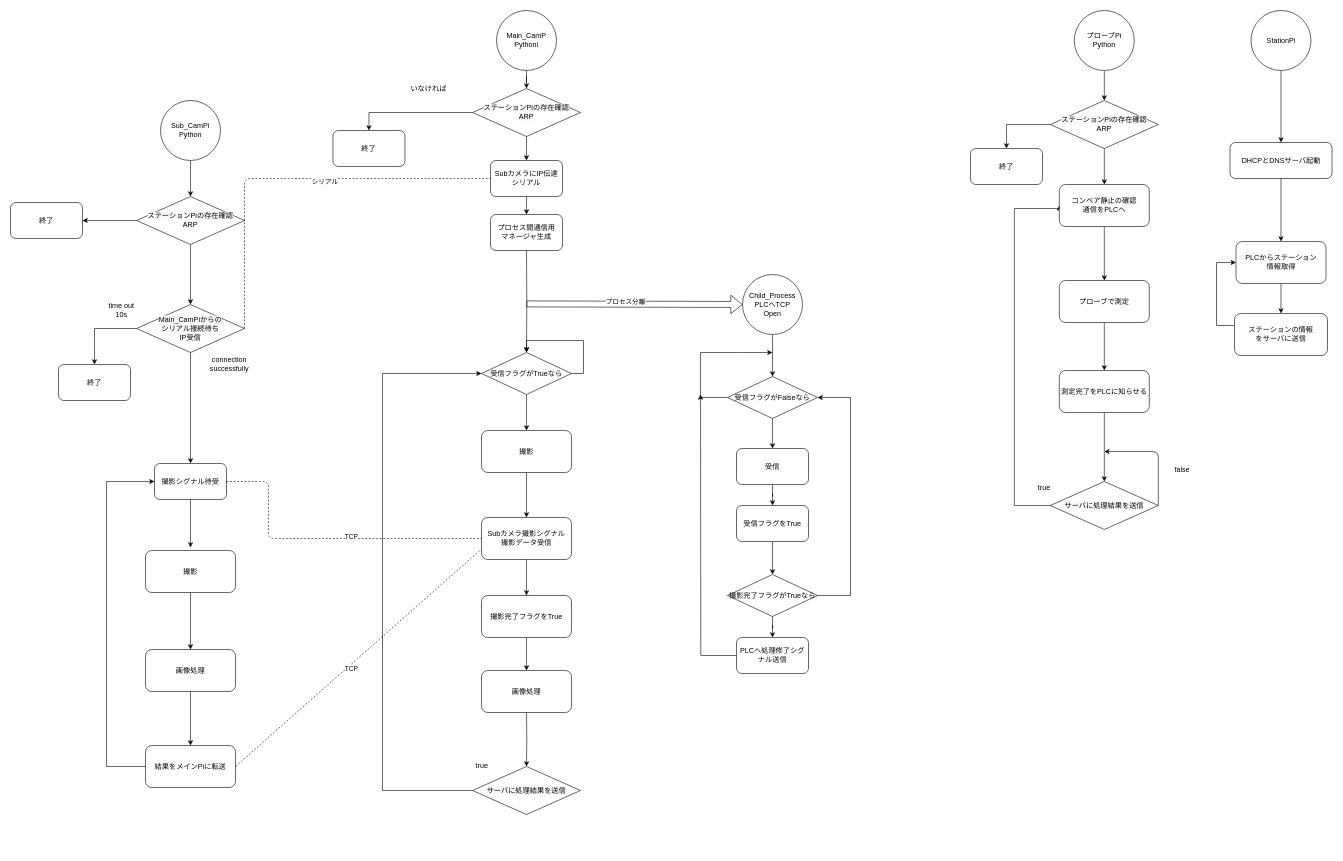
The draw.io diagram 設計/フローチャート.drawio in chekke1999/kaihatukadai, before the edit. Source tidied: cells renumbered, new cells numbered last; positions are measured from the earlier drawing's top-left corner, leaving out a move shared by most shapes. Both pictures are drawn from the tidied source at 60%, with x=0, y=0 at pixel (10, 10).
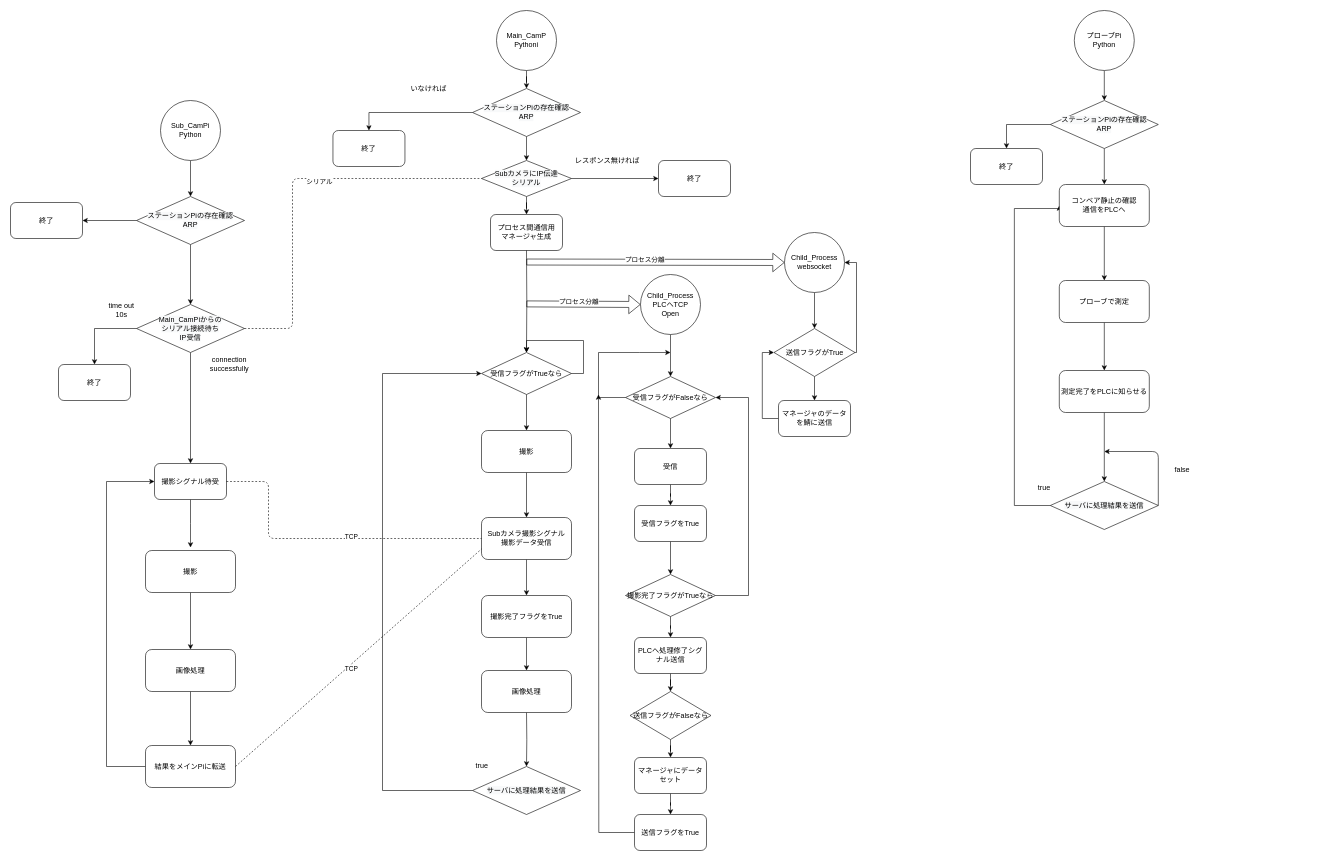
Above is the later version.

Commit message (it also covers changes not shown here):
フローチャート.drawio を更新します

The change refers to these unchanged cells:
```xml
<mxCell id="40" value="&lt;span style=&quot;color: rgb(0 , 0 , 0) ; font-family: &amp;#34;helvetica&amp;#34; ; font-size: 12px ; font-style: normal ; font-weight: 400 ; letter-spacing: normal ; text-align: center ; text-indent: 0px ; text-transform: none ; word-spacing: 0px ; background-color: rgb(248 , 249 , 250) ; display: inline ; float: none&quot;&gt;ステーションPiの存在確認&lt;br&gt;ARP&lt;br&gt;&lt;/span&gt;" style="rhombus;whiteSpace=wrap;html=1;" parent="1" vertex="1">
  <mxGeometry x="770" y="130" width="180" height="80" as="geometry" />
</mxCell>
<mxCell id="46" value="&lt;span style=&quot;color: rgb(0 , 0 , 0) ; font-family: &amp;#34;helvetica&amp;#34; ; font-size: 12px ; font-style: normal ; font-weight: 400 ; letter-spacing: normal ; text-align: center ; text-indent: 0px ; text-transform: none ; word-spacing: 0px ; background-color: rgb(248 , 249 , 250) ; display: inline ; float: none&quot;&gt;&lt;span style=&quot;font-family: &amp;#34;helvetica&amp;#34;&quot;&gt;Main_CamPi&lt;/span&gt;からの&lt;br&gt;シリアル接続待ち&lt;br&gt;IP受信&lt;br&gt;&lt;/span&gt;" style="rhombus;whiteSpace=wrap;html=1;" parent="1" vertex="1">
  <mxGeometry x="210" y="490" width="180" height="80" as="geometry" />
</mxCell>
<mxCell id="81" value="プロセス間通信用&lt;br&gt;マネージャ生成" style="rounded=1;whiteSpace=wrap;html=1;" parent="1" vertex="1">
  <mxGeometry x="800" y="340" width="120" height="60" as="geometry" />
</mxCell>
```

What changed in the source:
```diff
@@
     <mxCell id="25" value="Child_Process&lt;br&gt;PLCへTCP&lt;br&gt;Open" style="ellipse;whiteSpace=wrap;html=1;" parent="1" vertex="1">
-      <mxGeometry x="1220" y="440" width="100" height="100" as="geometry" />
+      <mxGeometry x="1050" y="440" width="100" height="100" as="geometry" />
     </mxCell>
@@
     <mxCell id="27" value="受信フラグをTrue" style="rounded=1;whiteSpace=wrap;html=1;" parent="1" vertex="1">
-      <mxGeometry x="1210" y="825" width="120" height="60" as="geometry" />
+      <mxGeometry x="1040" y="825" width="120" height="60" as="geometry" />
     </mxCell>
@@
     <mxCell id="31" value="受信" style="rounded=1;whiteSpace=wrap;html=1;" parent="1" vertex="1">
-      <mxGeometry x="1210" y="730" width="120" height="60" as="geometry" />
+      <mxGeometry x="1040" y="730" width="120" height="60" as="geometry" />
     </mxCell>
@@
-    <mxCell id="34" style="edgeStyle=orthogonalEdgeStyle;rounded=0;jettySize=auto;html=1;" parent="1" edge="1" source="35" target="37">
-      <mxGeometry relative="1" as="geometry" />
-    </mxCell>
-    <mxCell id="35" value="PLCからステーション&lt;br&gt;情報取得" style="rounded=1;whiteSpace=wrap;html=1;" parent="1" vertex="1">
-      <mxGeometry x="2042.5" y="385" width="150" height="70" as="geometry" />
-    </mxCell>
-    <mxCell id="36" style="edgeStyle=orthogonalEdgeStyle;rounded=0;jettySize=auto;html=1;entryX=0;entryY=0.5;entryDx=0;entryDy=0;" parent="1" edge="1" source="37" target="35">
-      <mxGeometry relative="1" as="geometry">
-        <Array as="points">
-          <mxPoint x="2010" y="525" />
-          <mxPoint x="2010" y="420" />
-        </Array>
-      </mxGeometry>
-    </mxCell>
-    <mxCell id="37" value="ステーションの情報&lt;br&gt;をサーバに送信" style="rounded=1;whiteSpace=wrap;html=1;" parent="1" vertex="1">
-      <mxGeometry x="2040" y="505" width="155" height="70" as="geometry" />
-    </mxCell>
@@
-    <mxCell id="39" style="edgeStyle=orthogonalEdgeStyle;rounded=0;jettySize=auto;html=1;entryX=0.5;entryY=0;entryDx=0;entryDy=0;" parent="1" edge="1" source="40" target="74">
+    <mxCell id="39" style="edgeStyle=orthogonalEdgeStyle;rounded=0;jettySize=auto;html=1;" parent="1" edge="1" source="40" target="74">
       <mxGeometry relative="1" as="geometry" />
     </mxCell>
@@
-    <mxCell id="70" style="edgeStyle=orthogonalEdgeStyle;rounded=0;jettySize=auto;html=1;" parent="1" edge="1" source="71" target="73">
-      <mxGeometry relative="1" as="geometry" />
-    </mxCell>
-    <mxCell id="71" value="StationPi" style="ellipse;whiteSpace=wrap;html=1;" parent="1" vertex="1">
-      <mxGeometry x="2067.5" width="100" height="100" as="geometry" />
-    </mxCell>
-    <mxCell id="72" style="edgeStyle=orthogonalEdgeStyle;rounded=0;jettySize=auto;html=1;" parent="1" edge="1" source="73" target="35">
-      <mxGeometry relative="1" as="geometry" />
-    </mxCell>
-    <mxCell id="73" value="DHCPとDNSサーバ起動" style="rounded=1;whiteSpace=wrap;html=1;" parent="1" vertex="1">
-      <mxGeometry x="2032.5" y="220" width="170" height="60" as="geometry" />
-    </mxCell>
-    <mxCell id="74" value="SubカメラにIP伝達&lt;br&gt;シリアル" style="rounded=1;whiteSpace=wrap;html=1;" parent="1" vertex="1">
-      <mxGeometry x="800" y="250" width="120" height="60" as="geometry" />
-    </mxCell>
     <mxCell id="75" style="endArrow=none;dashed=1;html=1;exitX=1;exitY=0.5;exitDx=0;exitDy=0;entryX=0;entryY=0.5;entryDx=0;entryDy=0;" parent="1" edge="1" source="46" target="74">
       <mxGeometry relative="1" as="geometry">
         <Array as="points">
-          <mxPoint x="390" y="280" />
+          <mxPoint x="470" y="530" />
+          <mxPoint x="470" y="280" />
         </Array>
       </mxGeometry>
     </mxCell>
@@
-    <mxCell id="82" style="edgeStyle=orthogonalEdgeStyle;rounded=0;jettySize=auto;html=1;entryX=0.5;entryY=0;entryDx=0;entryDy=0;exitX=0.5;exitY=1;exitDx=0;exitDy=0;" parent="1" edge="1" source="74" target="81">
-      <mxGeometry relative="1" as="geometry" />
-    </mxCell>
@@
     <mxCell id="85" style="edgeStyle=orthogonalEdgeStyle;rounded=0;jettySize=auto;html=1;" parent="1" edge="1" source="86">
       <mxGeometry relative="1" as="geometry">
-        <mxPoint x="1270" y="570" as="targetPoint" />
+        <mxPoint x="1100" y="570" as="targetPoint" />
         <Array as="points">
-          <mxPoint x="1150" y="645" />
-          <mxPoint x="1150" y="570" />
-          <mxPoint x="1218" y="570" />
+          <mxPoint x="980" y="645" />
+          <mxPoint x="980" y="570" />
+          <mxPoint x="1048" y="570" />
         </Array>
       </mxGeometry>
     </mxCell>
     <mxCell id="86" value="受信フラグがFalseなら" style="rhombus;whiteSpace=wrap;html=1;" parent="1" vertex="1">
-      <mxGeometry x="1195" y="610" width="150" height="70" as="geometry" />
+      <mxGeometry x="1025" y="610" width="150" height="70" as="geometry" />
     </mxCell>
@@
     <mxCell id="90" style="edgeStyle=orthogonalEdgeStyle;rounded=0;jettySize=auto;html=1;entryX=1;entryY=0.5;entryDx=0;entryDy=0;" parent="1" edge="1" source="91" target="86">
       <mxGeometry relative="1" as="geometry">
         <Array as="points">
-          <mxPoint x="1400" y="975" />
-          <mxPoint x="1400" y="645" />
+          <mxPoint x="1230" y="975" />
+          <mxPoint x="1230" y="645" />
         </Array>
       </mxGeometry>
     </mxCell>
     <mxCell id="91" value="撮影完了フラグがTrueなら" style="rhombus;whiteSpace=wrap;html=1;" parent="1" vertex="1">
-      <mxGeometry x="1195" y="940" width="150" height="70" as="geometry" />
+      <mxGeometry x="1025" y="940" width="150" height="70" as="geometry" />
     </mxCell>
-    <mxCell id="92" style="edgeStyle=orthogonalEdgeStyle;rounded=0;jettySize=auto;html=1;" parent="1" edge="1" source="93">
+    <mxCell id="92" style="edgeStyle=orthogonalEdgeStyle;rounded=0;jettySize=auto;html=1;exitX=0;exitY=0.5;exitDx=0;exitDy=0;" parent="1" edge="1" source="107">
       <mxGeometry relative="1" as="geometry">
-        <mxPoint x="1150" y="640" as="targetPoint" />
+        <mxPoint x="980" y="640" as="targetPoint" />
       </mxGeometry>
     </mxCell>
+    <mxCell id="94" style="edgeStyle=orthogonalEdgeStyle;rounded=0;jettySize=auto;html=1;" parent="1" edge="1" source="93" target="106">
+      <mxGeometry relative="1" as="geometry" />
+    </mxCell>
     <mxCell id="93" value="PLCへ処理修了シグナル送信" style="rounded=1;whiteSpace=wrap;html=1;" parent="1" vertex="1">
-      <mxGeometry x="1210" y="1045" width="120" height="60" as="geometry" />
+      <mxGeometry x="1040" y="1045" width="120" height="60" as="geometry" />
     </mxCell>
+    <mxCell id="82" style="edgeStyle=orthogonalEdgeStyle;rounded=0;jettySize=auto;html=1;" parent="1" edge="1" source="74" target="81">
+      <mxGeometry relative="1" as="geometry" />
+    </mxCell>
+    <mxCell id="95" style="edgeStyle=orthogonalEdgeStyle;rounded=0;jettySize=auto;html=1;entryX=0;entryY=0.5;entryDx=0;entryDy=0;" parent="1" edge="1" source="74" target="110">
+      <mxGeometry relative="1" as="geometry" />
+    </mxCell>
+    <mxCell id="74" value="&lt;span style=&quot;color: rgb(0 , 0 , 0) ; font-family: &amp;#34;helvetica&amp;#34; ; font-size: 12px ; font-style: normal ; font-weight: 400 ; letter-spacing: normal ; text-align: center ; text-indent: 0px ; text-transform: none ; word-spacing: 0px ; background-color: rgb(248 , 249 , 250) ; display: inline ; float: none&quot;&gt;&lt;span style=&quot;font-family: &amp;#34;helvetica&amp;#34;&quot;&gt;SubカメラにIP伝達&lt;/span&gt;&lt;br style=&quot;font-family: &amp;#34;helvetica&amp;#34;&quot;&gt;&lt;span style=&quot;font-family: &amp;#34;helvetica&amp;#34;&quot;&gt;シリアル&lt;/span&gt;&lt;br&gt;&lt;/span&gt;" style="rhombus;whiteSpace=wrap;html=1;" parent="1" vertex="1">
+      <mxGeometry x="785" y="250" width="150" height="60" as="geometry" />
+    </mxCell>
+    <mxCell id="96" style="edgeStyle=orthogonalEdgeStyle;rounded=0;jettySize=auto;html=1;" parent="1" edge="1" source="97" target="102">
+      <mxGeometry relative="1" as="geometry" />
+    </mxCell>
+    <mxCell id="97" value="Child_Process&lt;br&gt;websocket" style="ellipse;whiteSpace=wrap;html=1;" parent="1" vertex="1">
+      <mxGeometry x="1290" y="370" width="100" height="100" as="geometry" />
+    </mxCell>
+    <mxCell id="98" style="shape=flexArrow;endArrow=classic;html=1;entryX=0;entryY=0.5;entryDx=0;entryDy=0;" parent="1" edge="1" target="97">
+      <mxGeometry relative="1" as="geometry">
+        <mxPoint x="860" y="419.2" as="sourcePoint" />
+      </mxGeometry>
+    </mxCell>
+    <mxCell id="99" value="プロセス分離" style="edgeLabel;html=1;align=center;verticalAlign=middle;" parent="98" vertex="1">
+      <mxGeometry x="-0.09" y="4" relative="1" as="geometry" />
+    </mxCell>
+    <mxCell id="100" style="edgeStyle=orthogonalEdgeStyle;rounded=0;jettySize=auto;html=1;" parent="1" edge="1" source="102" target="104">
+      <mxGeometry relative="1" as="geometry" />
+    </mxCell>
+    <mxCell id="101" style="edgeStyle=orthogonalEdgeStyle;rounded=0;jettySize=auto;html=1;entryX=1;entryY=0.5;entryDx=0;entryDy=0;exitX=1;exitY=0.5;exitDx=0;exitDy=0;" parent="1" edge="1" source="102" target="97">
+      <mxGeometry relative="1" as="geometry">
+        <Array as="points">
+          <mxPoint x="1410" y="570" />
+          <mxPoint x="1410" y="420" />
+        </Array>
+      </mxGeometry>
+    </mxCell>
+    <mxCell id="102" value="送信フラグがTrue" style="rhombus;whiteSpace=wrap;html=1;" parent="1" vertex="1">
+      <mxGeometry x="1272.5" y="530" width="135" height="80" as="geometry" />
+    </mxCell>
+    <mxCell id="103" style="edgeStyle=orthogonalEdgeStyle;rounded=0;jettySize=auto;html=1;entryX=0;entryY=0.5;entryDx=0;entryDy=0;exitX=0;exitY=0.5;exitDx=0;exitDy=0;" parent="1" edge="1" source="104" target="102">
+      <mxGeometry relative="1" as="geometry">
+        <Array as="points">
+          <mxPoint x="1253" y="680" />
+          <mxPoint x="1253" y="570" />
+        </Array>
+      </mxGeometry>
+    </mxCell>
+    <mxCell id="104" value="マネージャのデータを鯖に送信" style="rounded=1;whiteSpace=wrap;html=1;" parent="1" vertex="1">
+      <mxGeometry x="1280" y="650" width="120" height="60" as="geometry" />
+    </mxCell>
+    <mxCell id="105" style="edgeStyle=orthogonalEdgeStyle;rounded=0;jettySize=auto;html=1;" parent="1" edge="1" source="106" target="109">
+      <mxGeometry relative="1" as="geometry" />
+    </mxCell>
+    <mxCell id="106" value="送信フラグがFalseなら" style="rhombus;whiteSpace=wrap;html=1;" parent="1" vertex="1">
+      <mxGeometry x="1032.5" y="1135" width="135" height="80" as="geometry" />
+    </mxCell>
+    <mxCell id="107" value="送信フラグをTrue" style="rounded=1;whiteSpace=wrap;html=1;" parent="1" vertex="1">
+      <mxGeometry x="1040" y="1340" width="120" height="60" as="geometry" />
+    </mxCell>
+    <mxCell id="108" style="edgeStyle=orthogonalEdgeStyle;rounded=0;jettySize=auto;html=1;" parent="1" edge="1" source="109" target="107">
+      <mxGeometry relative="1" as="geometry" />
+    </mxCell>
+    <mxCell id="109" value="マネージャにデータセット" style="rounded=1;whiteSpace=wrap;html=1;" parent="1" vertex="1">
+      <mxGeometry x="1040" y="1245" width="120" height="60" as="geometry" />
+    </mxCell>
+    <mxCell id="110" value="終了" style="rounded=1;whiteSpace=wrap;html=1;" parent="1" vertex="1">
+      <mxGeometry x="1080" y="250" width="120" height="60" as="geometry" />
+    </mxCell>
+    <mxCell id="111" value="レスポンス無ければ" style="text;html=1;strokeColor=none;fillColor=none;align=center;verticalAlign=middle;whiteSpace=wrap;rounded=0;" parent="1" vertex="1">
+      <mxGeometry x="920" y="240" width="150" height="20" as="geometry" />
+    </mxCell>
```
